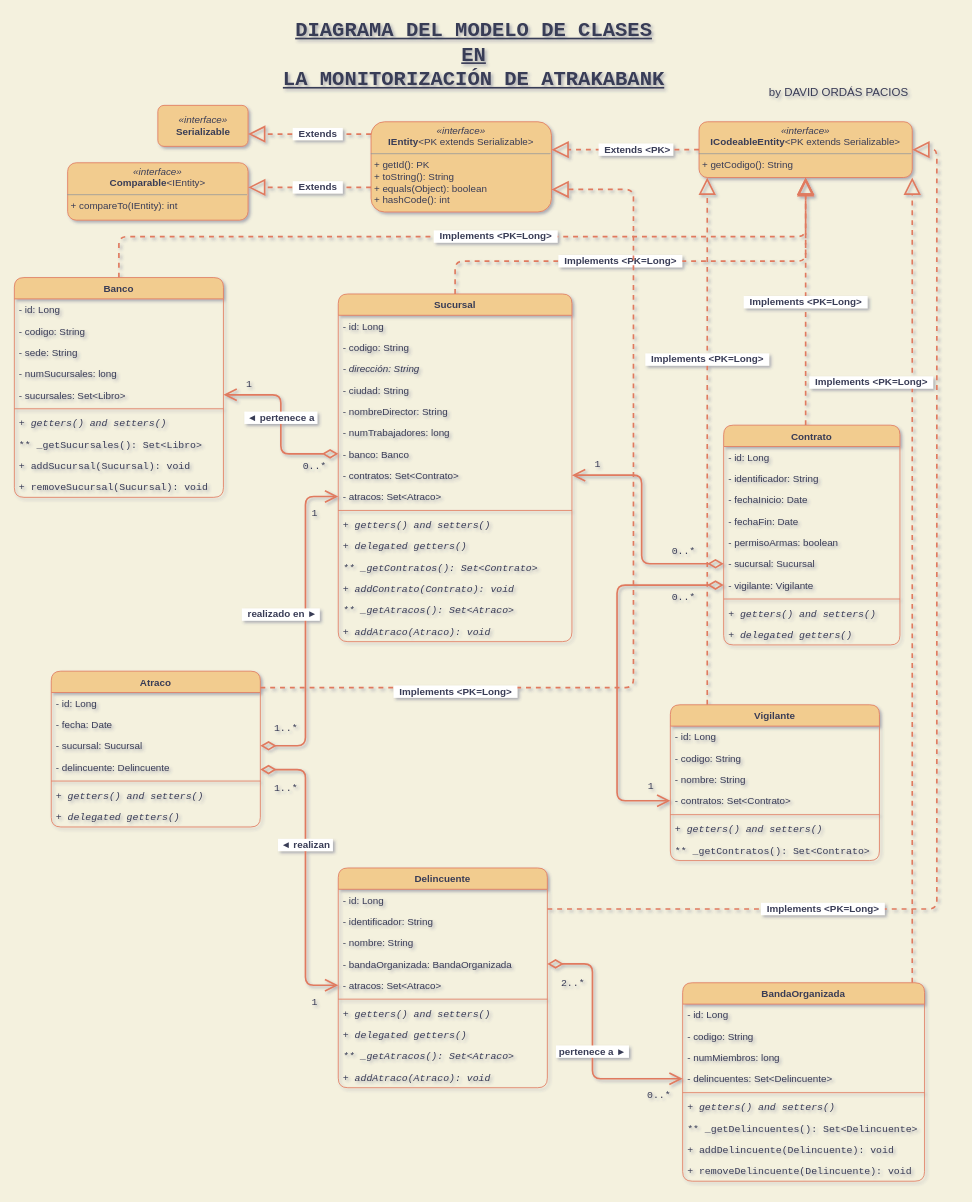
This is page "Diagrama de clases" (3 of 3) of diagrams/atrakabank.drawio from davorpa/atrakabank-jpa-hibernate-console, a draw.io file, before an edit. Source tidied: cells renumbered, new cells numbered last; positions are measured from the earlier drawing's top-left corner, leaving out a move shared by most shapes. Both pictures are drawn from the tidied source at 82%, with x=0, y=0 at pixel (14, 14).
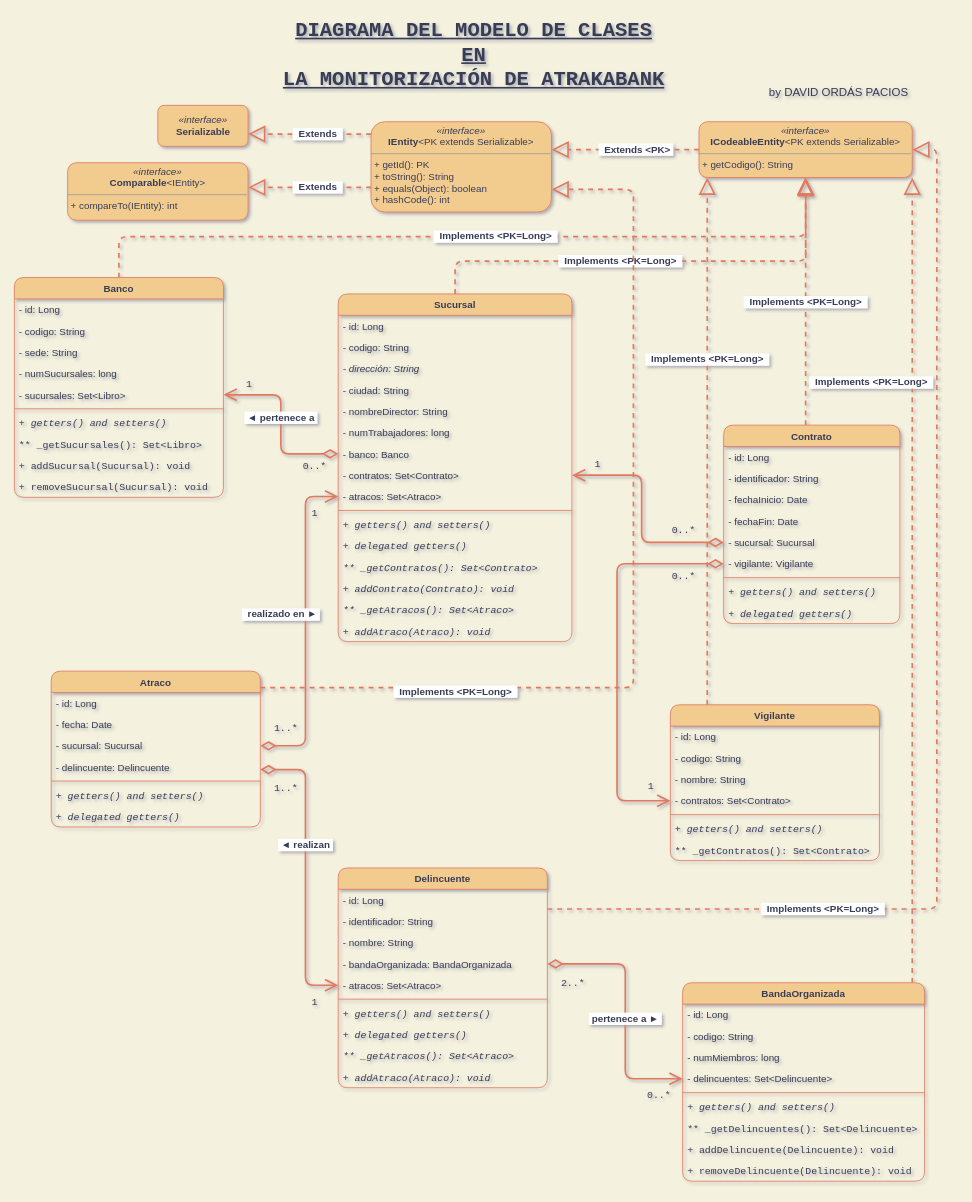
The same page after the edit.

Unchanged cells that the change refers to:
```xml
<mxCell id="51" value="- contratos: Set&lt;Contrato&gt;" style="text;strokeColor=none;fillColor=none;align=left;verticalAlign=top;spacingLeft=4;spacingRight=4;overflow=hidden;points=[[0,0.5],[1,0.5]];portConstraint=eastwest;rounded=1;fontSize=12;fontColor=#393C56;" parent="43" vertex="1">
  <mxGeometry y="208" width="285" height="26" as="geometry" />
</mxCell>
<mxCell id="76" value="- contratos: Set&lt;Contrato&gt;" style="text;strokeColor=none;fillColor=none;align=left;verticalAlign=top;spacingLeft=4;spacingRight=4;overflow=hidden;points=[[0,0.5],[1,0.5]];portConstraint=eastwest;rounded=1;fontSize=12;fontColor=#393C56;" parent="72" vertex="1">
  <mxGeometry y="104" width="255" height="26" as="geometry" />
</mxCell>
<mxCell id="84" value="- delincuentes: Set&lt;Delincuente&gt;" style="text;strokeColor=none;fillColor=none;align=left;verticalAlign=top;spacingLeft=4;spacingRight=4;overflow=hidden;points=[[0,0.5],[1,0.5]];portConstraint=eastwest;rounded=1;fontSize=12;fontColor=#393C56;" parent="80" vertex="1">
  <mxGeometry y="104" width="295" height="26" as="geometry" />
</mxCell>
<mxCell id="94" value="- bandaOrganizada: BandaOrganizada" style="text;strokeColor=none;fillColor=none;align=left;verticalAlign=top;spacingLeft=4;spacingRight=4;overflow=hidden;points=[[0,0.5],[1,0.5]];portConstraint=eastwest;rounded=1;fontSize=12;fontColor=#393C56;" parent="90" vertex="1">
  <mxGeometry y="104" width="255" height="26" as="geometry" />
</mxCell>
```

What changed in the source:
```diff
@@
     <mxCell id="16" value="&amp;nbsp;pertenece a&amp;nbsp;►&amp;nbsp;" style="endArrow=open;html=1;endSize=12;startArrow=diamondThin;startSize=14;startFill=0;edgeStyle=orthogonalEdgeStyle;rounded=1;fontFamily=Helvetica;fontSize=12;fontColor=#393C56;strokeColor=#E07A5F;strokeWidth=2;fillColor=#F2CC8F;elbow=vertical;fontStyle=1;entryX=0;entryY=0.5;entryDx=0;entryDy=0;" parent="1" edge="1" source="94" target="84">
       <mxGeometry x="0.06" relative="1" as="geometry">
         <Array as="points">
-          <mxPoint x="705" y="1158" />
-          <mxPoint x="705" y="1298" />
+          <mxPoint x="745" y="1158" />
+          <mxPoint x="745" y="1298" />
         </Array>
       </mxGeometry>
     </mxCell>
@@
     <mxCell id="22" style="endArrow=open;html=1;endSize=12;startArrow=diamondThin;startSize=14;startFill=0;edgeStyle=orthogonalEdgeStyle;rounded=1;fontFamily=Helvetica;fontSize=12;fontColor=#393C56;strokeColor=#E07A5F;strokeWidth=2;fillColor=#F2CC8F;elbow=vertical;fontStyle=1;" parent="1" edge="1" source="66" target="51">
       <mxGeometry x="0.43" y="27" relative="1" as="geometry">
         <Array as="points">
-          <mxPoint x="765" y="670" />
+          <mxPoint x="765" y="644" />
           <mxPoint x="765" y="562" />
         </Array>
       </mxGeometry>
     </mxCell>
@@
     <mxCell id="25" style="endArrow=open;html=1;endSize=12;startArrow=diamondThin;startSize=14;startFill=0;edgeStyle=orthogonalEdgeStyle;rounded=1;fontFamily=Helvetica;fontSize=12;fontColor=#393C56;strokeColor=#E07A5F;strokeWidth=2;fillColor=#F2CC8F;elbow=vertical;fontStyle=1;entryX=0;entryY=0.5;entryDx=0;entryDy=0;" parent="1" edge="1" source="67" target="76">
       <mxGeometry x="0.43" y="27" relative="1" as="geometry">
         <Array as="points">
-          <mxPoint x="735" y="696" />
+          <mxPoint x="735" y="670" />
           <mxPoint x="735" y="959" />
         </Array>
       </mxGeometry>
     </mxCell>
@@
     <mxCell id="60" value="Contrato" style="swimlane;fontStyle=1;align=center;verticalAlign=top;horizontal=1;startSize=26;rounded=1;fontSize=12;fontColor=#393C56;strokeColor=#E07A5F;fillColor=#F2CC8F;" parent="1" vertex="1">
-      <mxGeometry x="865" y="501" width="215" height="268" as="geometry" />
+      <mxGeometry x="865" y="501" width="215" height="242" as="geometry" />
     </mxCell>
@@
-    <mxCell id="65" value="- permisoArmas: boolean" style="text;strokeColor=none;fillColor=none;align=left;verticalAlign=top;spacingLeft=4;spacingRight=4;overflow=hidden;rounded=1;fontSize=12;fontColor=#393C56;" parent="60" vertex="1">
-      <mxGeometry y="130" width="215" height="26" as="geometry" />
-    </mxCell>
     <mxCell id="66" value="- sucursal: Sucursal" style="text;strokeColor=none;fillColor=none;align=left;verticalAlign=top;spacingLeft=4;spacingRight=4;overflow=hidden;points=[[0,0.5],[1,0.5]];portConstraint=eastwest;rounded=1;fontSize=12;fontColor=#393C56;" parent="60" vertex="1">
-      <mxGeometry y="156" width="215" height="26" as="geometry" />
+      <mxGeometry y="130" width="215" height="26" as="geometry" />
     </mxCell>
     <mxCell id="67" value="- vigilante: Vigilante" style="text;strokeColor=none;fillColor=none;align=left;verticalAlign=top;spacingLeft=4;spacingRight=4;overflow=hidden;points=[[0,0.5],[1,0.5]];portConstraint=eastwest;rounded=1;fontSize=12;fontColor=#393C56;" parent="60" vertex="1">
-      <mxGeometry y="182" width="215" height="26" as="geometry" />
+      <mxGeometry y="156" width="215" height="26" as="geometry" />
     </mxCell>
     <mxCell id="68" style="line;strokeWidth=1;fillColor=none;align=left;verticalAlign=middle;spacingTop=-1;spacingLeft=3;spacingRight=3;labelPosition=right;rounded=1;fontSize=12;fontColor=#393C56;strokeColor=#E07A5F;" parent="60" vertex="1">
-      <mxGeometry y="208" width="215" height="8" as="geometry" />
+      <mxGeometry y="182" width="215" height="8" as="geometry" />
     </mxCell>
     <mxCell id="69" value="+ getters() and setters()" style="text;strokeColor=none;fillColor=none;align=left;verticalAlign=top;spacingLeft=4;spacingRight=4;overflow=hidden;rounded=1;fontSize=12;fontColor=#393C56;sketch=0;shadow=0;glass=0;fontStyle=2;fontFamily=Courier New;" parent="60" vertex="1">
-      <mxGeometry y="216" width="215" height="26" as="geometry" />
+      <mxGeometry y="190" width="215" height="26" as="geometry" />
     </mxCell>
     <mxCell id="70" value="+ delegated getters()" style="text;strokeColor=none;fillColor=none;align=left;verticalAlign=top;spacingLeft=4;spacingRight=4;overflow=hidden;rounded=1;fontSize=12;fontColor=#393C56;sketch=0;shadow=0;glass=0;fontStyle=2;fontFamily=Courier New;" parent="60" vertex="1">
-      <mxGeometry y="242" width="215" height="26" as="geometry" />
+      <mxGeometry y="216" width="215" height="26" as="geometry" />
     </mxCell>
```
